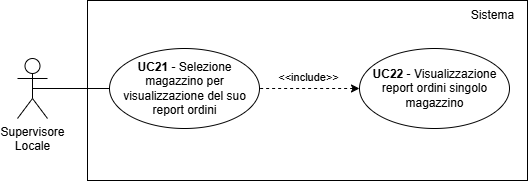
This is documents/rtb/assets/UC21.png from teamcodealchemists/docs, a draw.io export, as it was before one commit. Source tidied: cells renumbered, new cells last; positions are measured from the earlier drawing's top-left corner, leaving out a move shared by most shapes. Its diagram source:
```xml
<mxGraphModel>
  <root>
    <mxCell id="0" />
    <mxCell id="1" parent="0" />
    <mxCell id="2" value="Supervisore&lt;div&gt;Locale&lt;/div&gt;" style="shape=umlActor;verticalLabelPosition=bottom;verticalAlign=top;html=1;outlineConnect=0;" parent="1" vertex="1">
      <mxGeometry y="58" width="30" height="60" as="geometry" />
    </mxCell>
    <mxCell id="3" style="rounded=0;whiteSpace=wrap;html=1;" parent="1" vertex="1">
      <mxGeometry x="70" width="440" height="180" as="geometry" />
    </mxCell>
    <mxCell id="4" style="ellipse;whiteSpace=wrap;html=1;fontStyle=1;" parent="1" vertex="1">
      <mxGeometry x="92" y="48" width="150" height="80" as="geometry" />
    </mxCell>
    <mxCell id="5" value="&lt;b&gt;UC21&amp;nbsp;&lt;/b&gt;- Selezione&lt;div&gt;magazzino per&lt;/div&gt;&lt;div&gt;visualizzazione del suo&lt;/div&gt;&lt;div&gt;report ordini&lt;/div&gt;" style="text;html=1;align=center;verticalAlign=middle;strokeColor=none;fillColor=none;" parent="1" vertex="1">
      <mxGeometry x="92" y="53" width="150" height="70" as="geometry" />
    </mxCell>
    <mxCell id="6" style="endArrow=none;html=1;rounded=0;entryX=0;entryY=0.5;entryDx=0;entryDy=0;exitX=0.5;exitY=0.5;exitDx=0;exitDy=0;exitPerimeter=0;" parent="1" edge="1" source="2" target="4">
      <mxGeometry relative="1" as="geometry" />
    </mxCell>
    <mxCell id="7" style="edgeStyle=orthogonalEdgeStyle;rounded=0;jettySize=auto;html=1;entryX=1;entryY=0.5;entryDx=0;entryDy=0;dashed=1;startArrow=classic;startFill=1;endArrow=none;" parent="1" edge="1" source="9" target="4">
      <mxGeometry relative="1" as="geometry" />
    </mxCell>
    <mxCell id="8" value="&amp;lt;&amp;lt;include&amp;gt;&amp;gt;" style="edgeLabel;html=1;align=center;verticalAlign=middle;" parent="7" vertex="1">
      <mxGeometry x="-0.17" y="-3" relative="1" as="geometry">
        <mxPoint x="-11" y="-9" as="offset" />
      </mxGeometry>
    </mxCell>
    <mxCell id="9" style="ellipse;whiteSpace=wrap;html=1;fontStyle=1;" parent="1" vertex="1">
      <mxGeometry x="342" y="48" width="150" height="80" as="geometry" />
    </mxCell>
    <mxCell id="10" value="&lt;b&gt;UC22&amp;nbsp;&lt;/b&gt;- Visualizzazione&lt;div&gt;report ordini singolo&lt;/div&gt;&lt;div&gt;magazzino&lt;/div&gt;" style="text;html=1;align=center;verticalAlign=middle;strokeColor=none;fillColor=none;" parent="1" vertex="1">
      <mxGeometry x="342" y="58" width="150" height="60" as="geometry" />
    </mxCell>
    <mxCell id="11" value="Sistema" style="text;html=1;align=center;verticalAlign=middle;strokeColor=none;fillColor=none;" parent="1" vertex="1">
      <mxGeometry x="440" width="70" height="30" as="geometry" />
    </mxCell>
  </root>
</mxGraphModel>
```
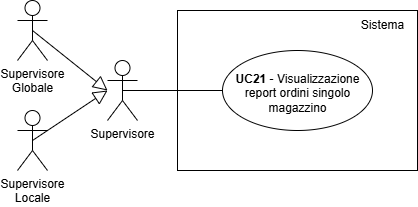
Later version of the same file.

What changed in the source:
```diff
@@ -1,38 +1,40 @@
 <mxGraphModel>
   <root>
-    <mxCell id="0" />
-    <mxCell id="1" parent="0" />
+    <mxCell id="12" />
+    <mxCell id="13" parent="12" />
+    <mxCell id="14" style="rounded=0;whiteSpace=wrap;html=1;" parent="13" vertex="1">
+      <mxGeometry x="230" y="120" width="240" height="160" as="geometry" />
+    </mxCell>
+    <mxCell id="11" value="Sistema" style="text;html=1;align=center;verticalAlign=middle;strokeColor=none;fillColor=none;" parent="13" vertex="1">
+      <mxGeometry x="400" y="120" width="70" height="30" as="geometry" />
+    </mxCell>
+    <mxCell id="15" style="ellipse;whiteSpace=wrap;html=1;fontStyle=1;" parent="13" vertex="1">
+      <mxGeometry x="275" y="160" width="150" height="80" as="geometry" />
+    </mxCell>
+    <mxCell id="16" value="&lt;b&gt;UC21&amp;nbsp;&lt;/b&gt;- Visualizzazione&lt;div&gt;report ordini singolo&lt;/div&gt;&lt;div&gt;magazzino&lt;/div&gt;" style="text;html=1;align=center;verticalAlign=middle;strokeColor=none;fillColor=none;" parent="13" vertex="1">
+      <mxGeometry x="275" y="173" width="150" height="60" as="geometry" />
+    </mxCell>
+    <mxCell id="17" style="endArrow=none;html=1;rounded=0;entryX=0;entryY=0.5;entryDx=0;entryDy=0;exitX=0.5;exitY=0.5;exitDx=0;exitDy=0;exitPerimeter=0;" parent="13" edge="1" source="18" target="15">
+      <mxGeometry relative="1" as="geometry" />
+    </mxCell>
+    <mxCell id="18" value="Supervisore" style="shape=umlActor;verticalLabelPosition=bottom;verticalAlign=top;html=1;outlineConnect=0;" parent="13" vertex="1">
+      <mxGeometry x="160" y="170" width="30" height="60" as="geometry" />
+    </mxCell>
+    <mxCell id="19" value="Supervisore&lt;div&gt;Globale&lt;/div&gt;" style="shape=umlActor;verticalLabelPosition=bottom;verticalAlign=top;html=1;outlineConnect=0;" parent="13" vertex="1">
+      <mxGeometry x="70" y="110" width="30" height="60" as="geometry" />
+    </mxCell>
-    <mxCell id="2" value="Supervisore&lt;div&gt;Locale&lt;/div&gt;" style="shape=umlActor;verticalLabelPosition=bottom;verticalAlign=top;html=1;outlineConnect=0;" parent="1" vertex="1">
-      <mxGeometry y="58" width="30" height="60" as="geometry" />
+    <mxCell id="2" value="Supervisore&lt;div&gt;Locale&lt;/div&gt;" style="shape=umlActor;verticalLabelPosition=bottom;verticalAlign=top;html=1;outlineConnect=0;" parent="13" vertex="1">
+      <mxGeometry x="70" y="220" width="30" height="60" as="geometry" />
     </mxCell>
-    <mxCell id="3" style="rounded=0;whiteSpace=wrap;html=1;" parent="1" vertex="1">
-      <mxGeometry x="70" width="440" height="180" as="geometry" />
-    </mxCell>
-    <mxCell id="4" style="ellipse;whiteSpace=wrap;html=1;fontStyle=1;" parent="1" vertex="1">
-      <mxGeometry x="92" y="48" width="150" height="80" as="geometry" />
-    </mxCell>
-    <mxCell id="5" value="&lt;b&gt;UC21&amp;nbsp;&lt;/b&gt;- Selezione&lt;div&gt;magazzino per&lt;/div&gt;&lt;div&gt;visualizzazione del suo&lt;/div&gt;&lt;div&gt;report ordini&lt;/div&gt;" style="text;html=1;align=center;verticalAlign=middle;strokeColor=none;fillColor=none;" parent="1" vertex="1">
-      <mxGeometry x="92" y="53" width="150" height="70" as="geometry" />
-    </mxCell>
-    <mxCell id="6" style="endArrow=none;html=1;rounded=0;entryX=0;entryY=0.5;entryDx=0;entryDy=0;exitX=0.5;exitY=0.5;exitDx=0;exitDy=0;exitPerimeter=0;" parent="1" edge="1" source="2" target="4">
-      <mxGeometry relative="1" as="geometry" />
-    </mxCell>
-    <mxCell id="7" style="edgeStyle=orthogonalEdgeStyle;rounded=0;jettySize=auto;html=1;entryX=1;entryY=0.5;entryDx=0;entryDy=0;dashed=1;startArrow=classic;startFill=1;endArrow=none;" parent="1" edge="1" source="9" target="4">
-      <mxGeometry relative="1" as="geometry" />
-    </mxCell>
-    <mxCell id="8" value="&amp;lt;&amp;lt;include&amp;gt;&amp;gt;" style="edgeLabel;html=1;align=center;verticalAlign=middle;" parent="7" vertex="1">
-      <mxGeometry x="-0.17" y="-3" relative="1" as="geometry">
-        <mxPoint x="-11" y="-9" as="offset" />
-      </mxGeometry>
-    </mxCell>
-    <mxCell id="9" style="ellipse;whiteSpace=wrap;html=1;fontStyle=1;" parent="1" vertex="1">
-      <mxGeometry x="342" y="48" width="150" height="80" as="geometry" />
-    </mxCell>
-    <mxCell id="10" value="&lt;b&gt;UC22&amp;nbsp;&lt;/b&gt;- Visualizzazione&lt;div&gt;report ordini singolo&lt;/div&gt;&lt;div&gt;magazzino&lt;/div&gt;" style="text;html=1;align=center;verticalAlign=middle;strokeColor=none;fillColor=none;" parent="1" vertex="1">
-      <mxGeometry x="342" y="58" width="150" height="60" as="geometry" />
-    </mxCell>
-    <mxCell id="11" value="Sistema" style="text;html=1;align=center;verticalAlign=middle;strokeColor=none;fillColor=none;" parent="1" vertex="1">
-      <mxGeometry x="440" width="70" height="30" as="geometry" />
-    </mxCell>
+    <mxCell id="20" style="endArrow=block;html=1;rounded=0;exitX=0.5;exitY=0.5;exitDx=0;exitDy=0;exitPerimeter=0;endFill=0;endSize=12;" parent="13" edge="1" source="19">
+      <mxGeometry relative="1" as="geometry">
+        <mxPoint x="160" y="200" as="targetPoint" />
+      </mxGeometry>
+    </mxCell>
+    <mxCell id="21" style="endArrow=block;html=1;rounded=0;exitX=0.5;exitY=0.5;exitDx=0;exitDy=0;exitPerimeter=0;endFill=0;endSize=12;" parent="13" edge="1" source="2">
+      <mxGeometry relative="1" as="geometry">
+        <mxPoint x="160" y="200" as="targetPoint" />
+      </mxGeometry>
+    </mxCell>
   </root>
 </mxGraphModel>
```
